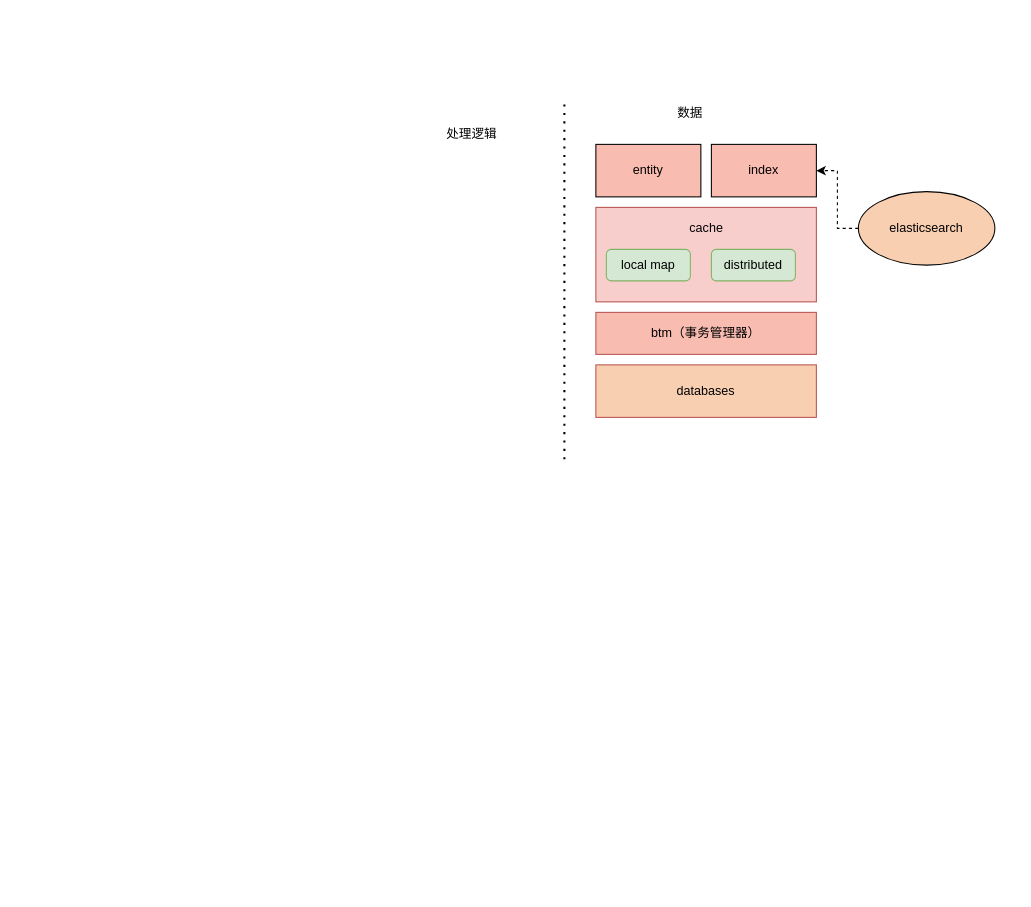
This is yunify/moqui_architecture.drawio from jiangliuhong/drawdb, a draw.io file, before an edit. Source tidied: cells renumbered, new cells numbered last; positions are measured from the earlier drawing's top-left corner, leaving out a move shared by most shapes. Both pictures are drawn from the tidied source at 105%, with x=0, y=0 at pixel (442, 102).
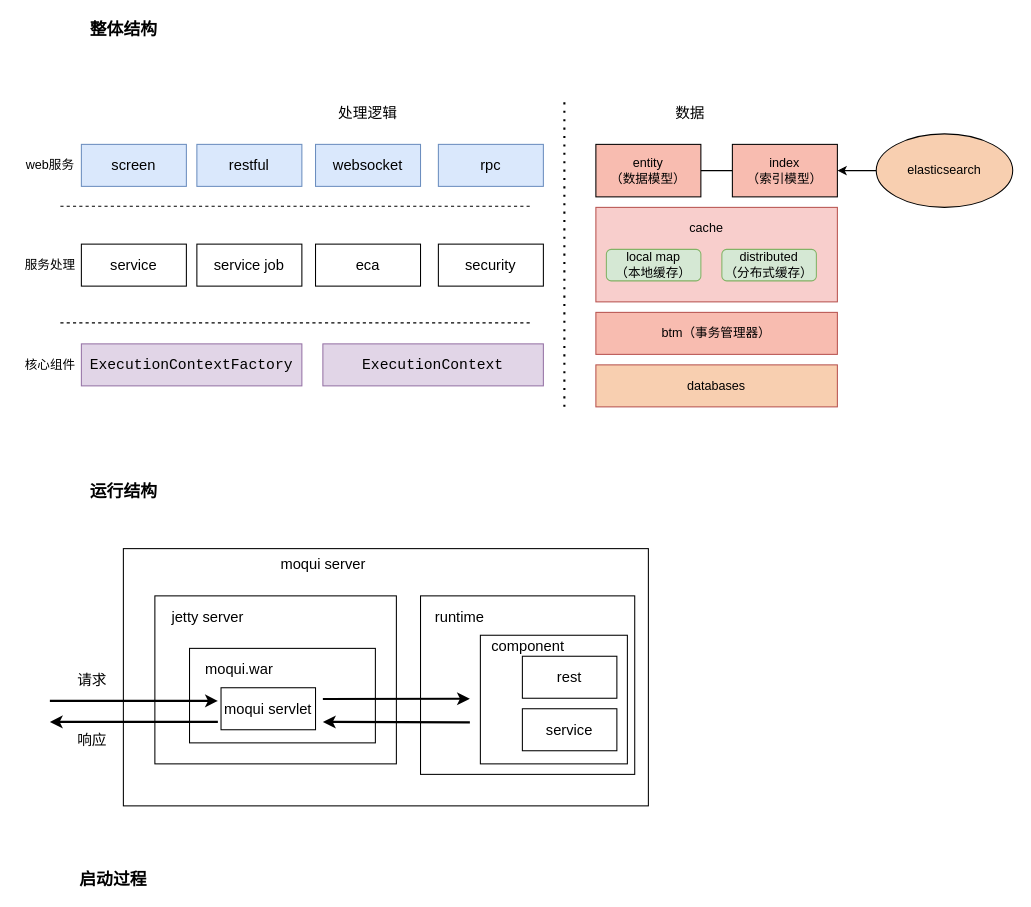
The same page after the edit.

What changed in the source:
```diff
@@
-    <mxCell id="2" value="数据" style="text;html=1;strokeColor=none;fillColor=none;align=center;verticalAlign=middle;whiteSpace=wrap;rounded=0;" parent="1" vertex="1">
+    <mxCell id="2" value="数据" style="text;html=1;strokeColor=none;fillColor=none;align=center;verticalAlign=middle;whiteSpace=wrap;rounded=0;fontSize=14;fontStyle=0;" parent="1" vertex="1">
       <mxGeometry x="216" width="40" height="20" as="geometry" />
     </mxCell>
     <mxCell id="3" style="endArrow=none;dashed=1;html=1;dashPattern=1 3;strokeWidth=2;" parent="1" edge="1">
       <mxGeometry relative="1" as="geometry">
-        <mxPoint x="116" y="340" as="sourcePoint" />
+        <mxPoint x="116" y="290" as="sourcePoint" />
         <mxPoint x="116" as="targetPoint" />
       </mxGeometry>
     </mxCell>
-    <mxCell id="4" value="处理逻辑" style="text;html=1;strokeColor=none;fillColor=none;align=center;verticalAlign=middle;whiteSpace=wrap;rounded=0;" parent="1" vertex="1">
-      <mxGeometry y="20" width="56" height="20" as="geometry" />
-    </mxCell>
-    <mxCell id="5" style="group;" parent="1" vertex="1">
-      <mxGeometry x="146" y="40" width="380" height="260" as="geometry" />
-    </mxCell>
-    <mxCell id="6" value="entity" style="rounded=0;whiteSpace=wrap;html=1;fillColor=#F8BCB0;" parent="5" vertex="1">
-      <mxGeometry width="100" height="50" as="geometry" />
+    <mxCell id="6" value="entity&lt;br&gt;（数据模型）" style="rounded=0;whiteSpace=wrap;html=1;fillColor=#F8BCB0;" parent="1" vertex="1">
+      <mxGeometry x="146" y="40" width="100" height="50" as="geometry" />
     </mxCell>
-    <mxCell id="7" value="databases" style="rounded=0;whiteSpace=wrap;html=1;strokeColor=#b85450;fillColor=#F8CFB0;" parent="5" vertex="1">
-      <mxGeometry y="210" width="210" height="50" as="geometry" />
+    <mxCell id="7" value="databases" style="rounded=0;whiteSpace=wrap;html=1;strokeColor=#b85450;fillColor=#F8CFB0;" parent="1" vertex="1">
+      <mxGeometry x="146" y="250" width="230" height="40" as="geometry" />
     </mxCell>
-    <mxCell id="8" value="btm（事务管理器）" style="rounded=0;whiteSpace=wrap;html=1;strokeColor=#b85450;fillColor=#F8BCB0;" parent="5" vertex="1">
-      <mxGeometry y="160" width="210" height="40" as="geometry" />
+    <mxCell id="8" value="btm（事务管理器）" style="rounded=0;whiteSpace=wrap;html=1;strokeColor=#b85450;fillColor=#F8BCB0;" parent="1" vertex="1">
+      <mxGeometry x="146" y="200" width="230" height="40" as="geometry" />
     </mxCell>
-    <mxCell id="9" style="rounded=0;whiteSpace=wrap;html=1;fillColor=#f8cecc;strokeColor=#b85450;" parent="5" vertex="1">
-      <mxGeometry y="60" width="210" height="90" as="geometry" />
+    <mxCell id="9" style="rounded=0;whiteSpace=wrap;html=1;fillColor=#f8cecc;strokeColor=#b85450;" parent="1" vertex="1">
+      <mxGeometry x="146" y="100" width="230" height="90" as="geometry" />
     </mxCell>
-    <mxCell id="10" value="cache" style="text;html=1;align=center;verticalAlign=middle;strokeColor=none;" parent="5" vertex="1">
-      <mxGeometry x="80" y="70" width="50" height="20" as="geometry" />
+    <mxCell id="10" value="cache" style="text;html=1;align=center;verticalAlign=middle;strokeColor=none;" parent="1" vertex="1">
+      <mxGeometry x="226" y="110" width="50" height="20" as="geometry" />
     </mxCell>
-    <mxCell id="11" value="local map" style="rounded=1;whiteSpace=wrap;html=1;fillColor=#d5e8d4;strokeColor=#82b366;" parent="5" vertex="1">
-      <mxGeometry x="10" y="100" width="80" height="30" as="geometry" />
+    <mxCell id="11" value="local map&lt;br&gt;（本地缓存）" style="rounded=1;whiteSpace=wrap;html=1;fillColor=#d5e8d4;strokeColor=#82b366;" parent="1" vertex="1">
+      <mxGeometry x="156" y="140" width="90" height="30" as="geometry" />
     </mxCell>
-    <mxCell id="12" value="distributed" style="rounded=1;whiteSpace=wrap;html=1;fillColor=#d5e8d4;strokeColor=#82b366;" parent="5" vertex="1">
-      <mxGeometry x="110" y="100" width="80" height="30" as="geometry" />
+    <mxCell id="12" value="distributed&lt;br&gt;（分布式缓存）" style="rounded=1;whiteSpace=wrap;html=1;fillColor=#d5e8d4;strokeColor=#82b366;" parent="1" vertex="1">
+      <mxGeometry x="266" y="140" width="90" height="30" as="geometry" />
     </mxCell>
+    <mxCell id="16" style="edgeStyle=orthogonalEdgeStyle;rounded=0;jettySize=auto;html=1;exitX=0;exitY=0.5;exitDx=0;exitDy=0;strokeWidth=1;endArrow=none;endFill=0;" parent="1" edge="1" source="13" target="6">
+      <mxGeometry x="560" y="200" as="geometry" />
+    </mxCell>
-    <mxCell id="13" value="index" style="rounded=0;whiteSpace=wrap;html=1;fillColor=#F8BCB0;" parent="5" vertex="1">
-      <mxGeometry x="110" width="100" height="50" as="geometry" />
+    <mxCell id="13" value="index&lt;br&gt;（索引模型）" style="rounded=0;whiteSpace=wrap;html=1;fillColor=#F8BCB0;" parent="1" vertex="1">
+      <mxGeometry x="276" y="40" width="100" height="50" as="geometry" />
     </mxCell>
-    <mxCell id="14" style="edgeStyle=orthogonalEdgeStyle;rounded=0;jettySize=auto;html=1;exitX=0;exitY=0.5;exitDx=0;exitDy=0;dashed=1;" parent="5" edge="1" source="15" target="13">
-      <mxGeometry relative="1" as="geometry" />
+    <mxCell id="14" style="edgeStyle=orthogonalEdgeStyle;rounded=0;jettySize=auto;html=1;exitX=0;exitY=0.5;exitDx=0;exitDy=0;" parent="1" edge="1" source="15" target="13">
+      <mxGeometry x="560" y="200" as="geometry" />
     </mxCell>
-    <mxCell id="15" value="&lt;span&gt;elasticsearch&lt;/span&gt;" style="ellipse;whiteSpace=wrap;html=1;fillColor=#F8CFB0;" parent="5" vertex="1">
-      <mxGeometry x="250" y="45" width="130" height="70" as="geometry" />
+    <mxCell id="15" value="&lt;span&gt;elasticsearch&lt;/span&gt;" style="ellipse;whiteSpace=wrap;html=1;fillColor=#F8CFB0;" parent="1" vertex="1">
+      <mxGeometry x="413" y="30" width="130" height="70" as="geometry" />
     </mxCell>
+    <mxCell id="4" value="处理逻辑" style="text;html=1;strokeColor=none;fillColor=none;align=center;verticalAlign=middle;whiteSpace=wrap;rounded=0;fontSize=14;fontStyle=0;" parent="1" vertex="1">
+      <mxGeometry x="-104" width="66" height="20" as="geometry" />
+    </mxCell>
+    <mxCell id="17" value="restful" style="rounded=0;whiteSpace=wrap;html=1;fontSize=14;fillColor=#dae8fc;strokeColor=#6c8ebf;" parent="1" vertex="1">
+      <mxGeometry x="-234" y="40" width="100" height="40" as="geometry" />
+    </mxCell>
+    <mxCell id="18" value="&lt;span style=&quot;font-size: 12px;&quot;&gt;web服务&lt;/span&gt;" style="text;html=1;align=center;verticalAlign=middle;strokeColor=none;fillColor=none;fontSize=12;" parent="1" vertex="1">
+      <mxGeometry x="-404" y="50" width="60" height="20" as="geometry" />
+    </mxCell>
+    <mxCell id="19" style="endArrow=none;dashed=1;html=1;rounded=0;fontSize=12;strokeWidth=1;" parent="1" edge="1">
+      <mxGeometry relative="1" as="geometry">
+        <mxPoint x="-364" y="99" as="sourcePoint" />
+        <mxPoint x="86" y="99" as="targetPoint" />
+      </mxGeometry>
+    </mxCell>
+    <mxCell id="20" value="websocket" style="rounded=0;whiteSpace=wrap;html=1;fontSize=14;fillColor=#dae8fc;strokeColor=#6c8ebf;" parent="1" vertex="1">
+      <mxGeometry x="-121" y="40" width="100" height="40" as="geometry" />
+    </mxCell>
+    <mxCell id="21" value="rpc" style="rounded=0;whiteSpace=wrap;html=1;fontSize=14;fillColor=#dae8fc;strokeColor=#6c8ebf;" parent="1" vertex="1">
+      <mxGeometry x="-4" y="40" width="100" height="40" as="geometry" />
+    </mxCell>
+    <mxCell id="22" value="服务处理" style="text;html=1;align=center;verticalAlign=middle;strokeColor=none;fillColor=none;fontSize=12;" parent="1" vertex="1">
+      <mxGeometry x="-404" y="145" width="60" height="20" as="geometry" />
+    </mxCell>
+    <mxCell id="23" value="核心组件" style="text;html=1;align=center;verticalAlign=middle;strokeColor=none;fillColor=none;fontSize=12;" parent="1" vertex="1">
+      <mxGeometry x="-404" y="240" width="60" height="20" as="geometry" />
+    </mxCell>
+    <mxCell id="24" style="endArrow=none;dashed=1;html=1;rounded=0;fontSize=12;strokeWidth=1;" parent="1" edge="1">
+      <mxGeometry relative="1" as="geometry">
+        <mxPoint x="-364" y="210" as="sourcePoint" />
+        <mxPoint x="86" y="210" as="targetPoint" />
+      </mxGeometry>
+    </mxCell>
+    <mxCell id="25" value="service" style="rounded=0;whiteSpace=wrap;html=1;fontSize=14;" parent="1" vertex="1">
+      <mxGeometry x="-344" y="135" width="100" height="40" as="geometry" />
+    </mxCell>
+    <mxCell id="26" value="service job" style="rounded=0;whiteSpace=wrap;html=1;fontSize=14;" parent="1" vertex="1">
+      <mxGeometry x="-234" y="135" width="100" height="40" as="geometry" />
+    </mxCell>
+    <mxCell id="27" value="eca" style="rounded=0;whiteSpace=wrap;html=1;fontSize=14;" parent="1" vertex="1">
+      <mxGeometry x="-121" y="135" width="100" height="40" as="geometry" />
+    </mxCell>
+    <mxCell id="28" value="screen" style="rounded=0;whiteSpace=wrap;html=1;fontSize=14;fillColor=#dae8fc;strokeColor=#6c8ebf;" parent="1" vertex="1">
+      <mxGeometry x="-344" y="40" width="100" height="40" as="geometry" />
+    </mxCell>
+    <mxCell id="29" value="security" style="rounded=0;whiteSpace=wrap;html=1;fontSize=14;" parent="1" vertex="1">
+      <mxGeometry x="-4" y="135" width="100" height="40" as="geometry" />
+    </mxCell>
+    <mxCell id="30" value="&lt;pre style=&quot;font-family: &amp;quot;jetbrains mono&amp;quot;, monospace; font-size: 10.5pt;&quot;&gt;ExecutionContextFactory&lt;/pre&gt;" style="rounded=0;whiteSpace=wrap;html=1;fontSize=14;fillColor=#e1d5e7;strokeColor=#9673a6;labelBackgroundColor=none;" parent="1" vertex="1">
+      <mxGeometry x="-344" y="230" width="210" height="40" as="geometry" />
+    </mxCell>
+    <mxCell id="31" value="&lt;pre style=&quot;font-family: &amp;quot;jetbrains mono&amp;quot;, monospace; font-size: 10.5pt;&quot;&gt;ExecutionContext&lt;/pre&gt;" style="rounded=0;whiteSpace=wrap;html=1;fontSize=14;fillColor=#e1d5e7;strokeColor=#9673a6;labelBackgroundColor=none;" parent="1" vertex="1">
+      <mxGeometry x="-114" y="230" width="210" height="40" as="geometry" />
+    </mxCell>
+    <mxCell id="32" value="整体结构" style="text;html=1;align=center;verticalAlign=middle;strokeColor=none;fillColor=none;fontSize=16;fontStyle=1;" parent="1" vertex="1">
+      <mxGeometry x="-344" y="-80" width="80" height="20" as="geometry" />
+    </mxCell>
+    <mxCell id="33" value="运行结构" style="text;html=1;align=center;verticalAlign=middle;strokeColor=none;fillColor=none;fontSize=16;fontStyle=1;" parent="1" vertex="1">
+      <mxGeometry x="-344" y="360" width="80" height="20" as="geometry" />
+    </mxCell>
+    <mxCell id="34" style="rounded=0;whiteSpace=wrap;html=1;labelBackgroundColor=none;fontSize=16;fillColor=default;" parent="1" vertex="1">
+      <mxGeometry x="-304" y="425" width="500" height="245" as="geometry" />
+    </mxCell>
+    <mxCell id="35" value="moqui server" style="text;html=1;align=center;verticalAlign=middle;strokeColor=none;fillColor=none;fontSize=14;" parent="1" vertex="1">
+      <mxGeometry x="-164" y="430" width="100" height="20" as="geometry" />
+    </mxCell>
+    <mxCell id="36" style="rounded=0;whiteSpace=wrap;html=1;labelBackgroundColor=none;fontSize=14;fillColor=default;" parent="1" vertex="1">
+      <mxGeometry x="-274" y="470" width="230" height="160" as="geometry" />
+    </mxCell>
+    <mxCell id="37" value="&lt;span&gt;jetty server&lt;/span&gt;" style="text;html=1;align=center;verticalAlign=middle;strokeColor=none;fillColor=none;fontSize=14;" parent="1" vertex="1">
+      <mxGeometry x="-264" y="480" width="80" height="20" as="geometry" />
+    </mxCell>
+    <mxCell id="38" style="rounded=0;whiteSpace=wrap;html=1;labelBackgroundColor=none;fontSize=14;fillColor=default;" parent="1" vertex="1">
+      <mxGeometry x="-241" y="520" width="177" height="90" as="geometry" />
+    </mxCell>
+    <mxCell id="39" value="moqui.war" style="text;html=1;align=center;verticalAlign=middle;strokeColor=none;fillColor=none;fontSize=14;" parent="1" vertex="1">
+      <mxGeometry x="-234" y="530" width="80" height="20" as="geometry" />
+    </mxCell>
+    <mxCell id="40" value="moqui servlet" style="rounded=0;whiteSpace=wrap;html=1;labelBackgroundColor=none;fontSize=14;fillColor=default;" parent="1" vertex="1">
+      <mxGeometry x="-211" y="557.5" width="90" height="40" as="geometry" />
+    </mxCell>
+    <mxCell id="41" style="endArrow=classic;html=1;rounded=0;fontSize=14;strokeWidth=2;" parent="1" edge="1">
+      <mxGeometry relative="1" as="geometry">
+        <mxPoint x="-374" y="570" as="sourcePoint" />
+        <mxPoint x="-214" y="570" as="targetPoint" />
+      </mxGeometry>
+    </mxCell>
+    <mxCell id="42" value="请求" style="text;html=1;align=center;verticalAlign=middle;strokeColor=none;fillColor=none;fontSize=14;" parent="1" vertex="1">
+      <mxGeometry x="-354" y="540" width="40" height="20" as="geometry" />
+    </mxCell>
+    <mxCell id="43" style="endArrow=classic;html=1;rounded=0;fontSize=14;strokeWidth=2;" parent="1" edge="1">
+      <mxGeometry relative="1" as="geometry">
+        <mxPoint x="-214" y="590" as="sourcePoint" />
+        <mxPoint x="-374" y="590" as="targetPoint" />
+      </mxGeometry>
+    </mxCell>
+    <mxCell id="44" value="响应" style="text;html=1;align=center;verticalAlign=middle;strokeColor=none;fillColor=none;fontSize=14;" parent="1" vertex="1">
+      <mxGeometry x="-354" y="597.5" width="40" height="20" as="geometry" />
+    </mxCell>
+    <mxCell id="45" style="rounded=0;whiteSpace=wrap;html=1;labelBackgroundColor=none;fontSize=14;fillColor=default;" parent="1" vertex="1">
+      <mxGeometry x="-21" y="470" width="204" height="170" as="geometry" />
+    </mxCell>
+    <mxCell id="46" value="runtime" style="text;html=1;align=center;verticalAlign=middle;strokeColor=none;fillColor=none;fontSize=14;" parent="1" vertex="1">
+      <mxGeometry x="-14" y="480" width="60" height="20" as="geometry" />
+    </mxCell>
+    <mxCell id="47" style="rounded=0;whiteSpace=wrap;html=1;labelBackgroundColor=none;fontSize=14;fillColor=default;" parent="1" vertex="1">
+      <mxGeometry x="36" y="507.5" width="140" height="122.5" as="geometry" />
+    </mxCell>
+    <mxCell id="48" value="rest" style="rounded=0;whiteSpace=wrap;html=1;labelBackgroundColor=none;fontSize=14;fillColor=default;" parent="1" vertex="1">
+      <mxGeometry x="76" y="527.5" width="90" height="40" as="geometry" />
+    </mxCell>
+    <mxCell id="49" value="service" style="rounded=0;whiteSpace=wrap;html=1;labelBackgroundColor=none;fontSize=14;fillColor=default;" parent="1" vertex="1">
+      <mxGeometry x="76" y="577.5" width="90" height="40" as="geometry" />
+    </mxCell>
+    <mxCell id="50" value="component" style="text;html=1;align=center;verticalAlign=middle;strokeColor=none;fillColor=none;fontSize=14;" parent="1" vertex="1">
+      <mxGeometry x="41" y="507.5" width="80" height="20" as="geometry" />
+    </mxCell>
+    <mxCell id="51" style="endArrow=classic;html=1;rounded=0;fontSize=14;strokeWidth=2;" parent="1" edge="1">
+      <mxGeometry relative="1" as="geometry">
+        <mxPoint x="-114" y="568.2" as="sourcePoint" />
+        <mxPoint x="26" y="568" as="targetPoint" />
+      </mxGeometry>
+    </mxCell>
+    <mxCell id="52" style="endArrow=classic;html=1;rounded=0;fontSize=14;strokeWidth=2;" parent="1" edge="1">
+      <mxGeometry relative="1" as="geometry">
+        <mxPoint x="26" y="590.5" as="sourcePoint" />
+        <mxPoint x="-114" y="590" as="targetPoint" />
+      </mxGeometry>
+    </mxCell>
+    <mxCell id="53" value="启动过程" style="text;html=1;align=center;verticalAlign=middle;strokeColor=none;fillColor=none;fontSize=16;fontStyle=1;" parent="1" vertex="1">
+      <mxGeometry x="-354" y="730" width="80" height="20" as="geometry" />
+    </mxCell>
```
